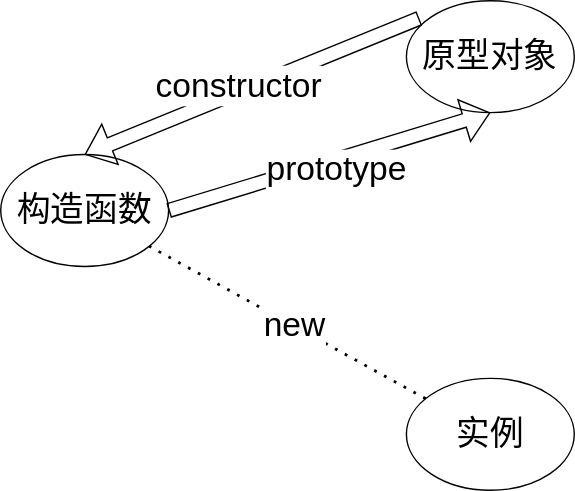
Linhieng/diagrams keeps this draw.io diagram as es-prototypeObj-constructor-instance.drawio.svg. Above is the earlier version. Source tidied: cells renumbered, new cells last; positions are measured from the earlier drawing's top-left corner, leaving out a move shared by most shapes.
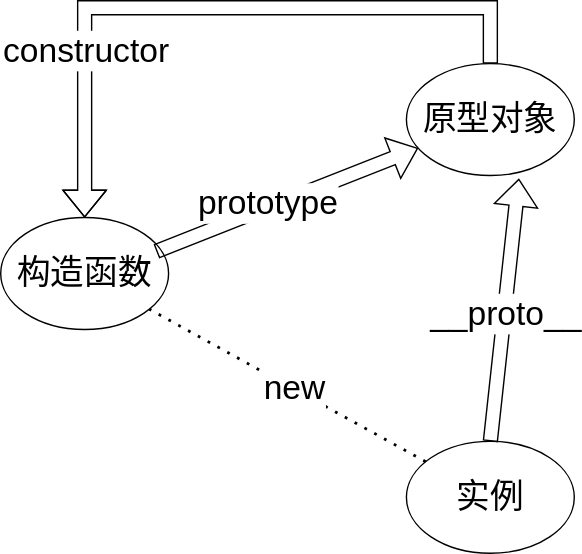
The same file after the commit.

What changed in the source:
```diff
@@ -19,20 +19,30 @@
         <mxPoint x="7" as="offset" />
       </mxGeometry>
     </mxCell>
-    <mxCell id="7" style="shape=flexArrow;endArrow=classic;html=1;rounded=0;entryX=0.5;entryY=1;entryDx=0;entryDy=0;exitX=1;exitY=0.5;exitDx=0;exitDy=0;" parent="1" edge="1" source="3" target="4">
+    <mxCell id="7" style="shape=flexArrow;endArrow=classic;html=1;rounded=0;exitX=0.927;exitY=0.302;exitDx=0;exitDy=0;exitPerimeter=0;" parent="1" edge="1" source="3" target="4">
       <mxGeometry relative="1" as="geometry" />
     </mxCell>
-    <mxCell id="8" value="&lt;font style=&quot;font-size: 24px;&quot;&gt;prototype&lt;/font&gt;" style="edgeLabel;html=1;align=center;verticalAlign=middle;" parent="7" vertex="1">
-      <mxGeometry x="-0.09" y="5" relative="1" as="geometry">
-        <mxPoint x="16" y="7" as="offset" />
+    <mxCell id="8" value="&lt;span style=&quot;font-size: 24px;&quot;&gt;prototype&lt;/span&gt;" style="edgeLabel;html=1;align=center;verticalAlign=middle;" parent="7" vertex="1">
+      <mxGeometry x="-0.07" y="-2" relative="1" as="geometry">
+        <mxPoint x="-8" y="-2" as="offset" />
       </mxGeometry>
     </mxCell>
+    <mxCell id="11" style="shape=flexArrow;endArrow=classic;html=1;rounded=0;exitX=0.5;exitY=0;exitDx=0;exitDy=0;entryX=0.67;entryY=1.028;entryDx=0;entryDy=0;entryPerimeter=0;" parent="1" edge="1" source="2" target="4">
+      <mxGeometry relative="1" as="geometry" />
+    </mxCell>
+    <mxCell id="12" value="&lt;font style=&quot;font-size: 24px;&quot;&gt;__proto__&lt;/font&gt;" style="edgeLabel;html=1;align=center;verticalAlign=middle;" parent="11" vertex="1">
+      <mxGeometry x="-0.03" y="-1" relative="1" as="geometry" />
+    </mxCell>
-    <mxCell id="9" style="shape=flexArrow;endArrow=classic;html=1;rounded=0;entryX=0.5;entryY=0;entryDx=0;entryDy=0;exitX=0.077;exitY=0.157;exitDx=0;exitDy=0;exitPerimeter=0;" parent="1" edge="1" source="4" target="3">
-      <mxGeometry relative="1" as="geometry" />
+    <mxCell id="9" style="edgeStyle=elbowEdgeStyle;elbow=horizontal;endArrow=classic;html=1;curved=0;rounded=0;exitX=0.5;exitY=0;exitDx=0;exitDy=0;entryX=0.5;entryY=0;entryDx=0;entryDy=0;shape=flexArrow;" parent="1" edge="1" source="4" target="3">
+      <mxGeometry relative="1" as="geometry">
+        <Array as="points">
+          <mxPoint x="60" y="-40" />
+        </Array>
+      </mxGeometry>
     </mxCell>
-    <mxCell id="10" value="&lt;font style=&quot;font-size: 24px;&quot;&gt;constructor&lt;/font&gt;" style="edgeLabel;html=1;align=center;verticalAlign=middle;" parent="9" vertex="1">
-      <mxGeometry x="-0.06" y="2" relative="1" as="geometry">
-        <mxPoint x="-18" as="offset" />
+    <mxCell id="10" value="&lt;span style=&quot;font-size: 24px;&quot;&gt;constructor&lt;/span&gt;" style="edgeLabel;html=1;align=center;verticalAlign=middle;" parent="9" vertex="1">
+      <mxGeometry x="0.23" y="-1" relative="1" as="geometry">
+        <mxPoint x="-36" y="31" as="offset" />
       </mxGeometry>
     </mxCell>
   </root>
```
